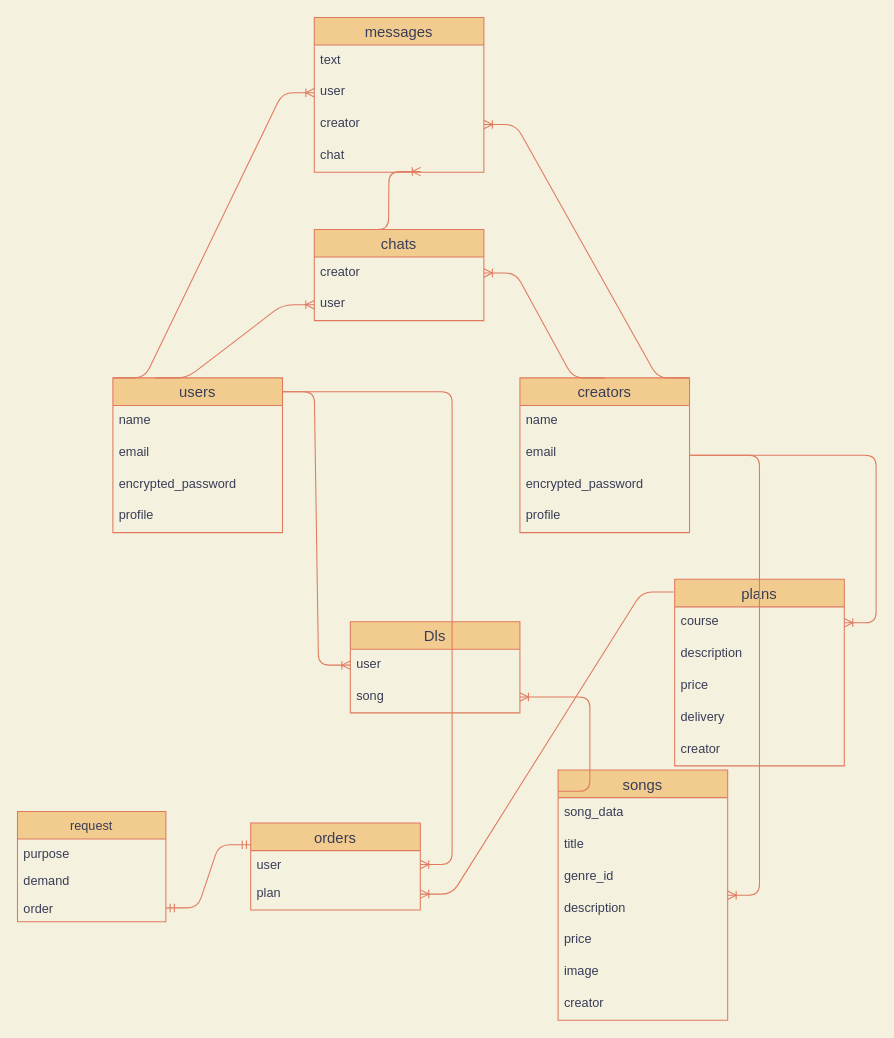
Above: database.dio in koluhei/otolie (draw.io), before the change. Source tidied: cells renumbered, new cells numbered last; positions are measured from the earlier drawing's top-left corner, leaving out a move shared by most shapes. Both pictures are drawn from the tidied source at 106%, with x=0, y=0 at pixel (17, 17).
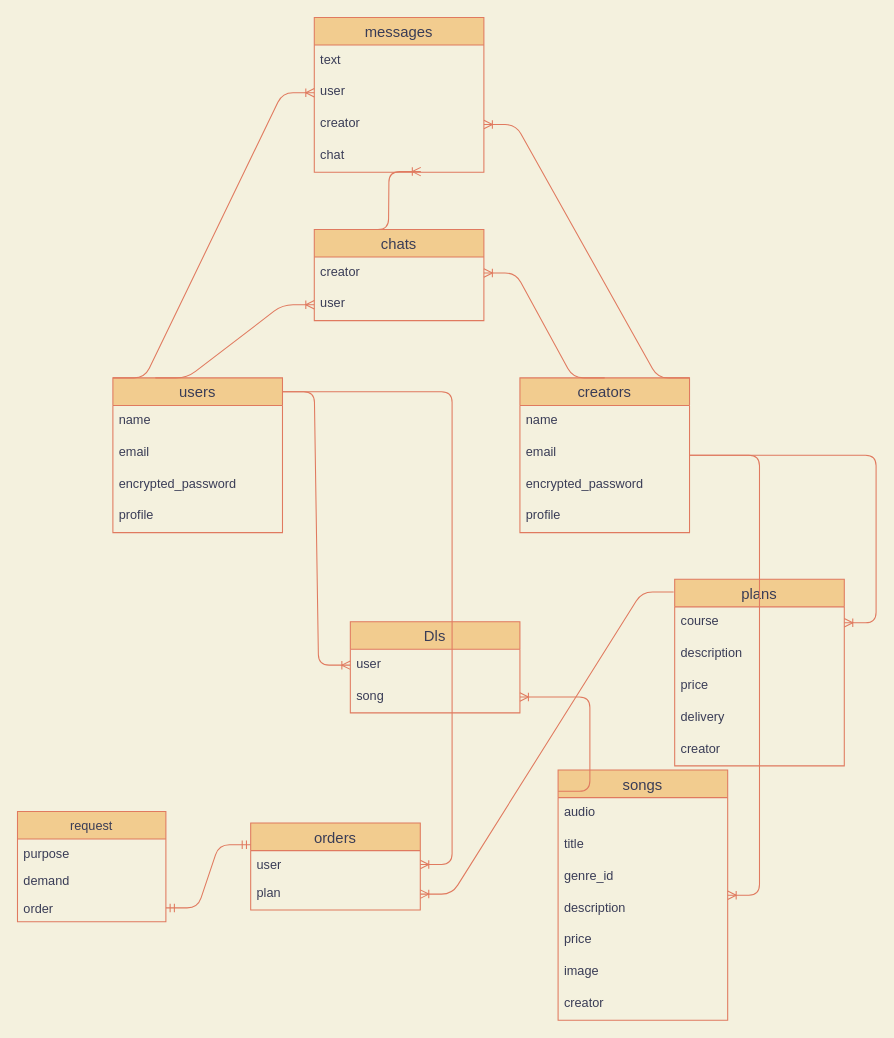
The same diagram, later.

Unchanged cells that the change refers to:
```xml
<mxCell id="12" value="songs" style="swimlane;fontStyle=0;horizontal=1;startSize=26;align=center;fontSize=14;fillColor=#F2CC8F;strokeColor=#E07A5F;fontColor=#393C56;" parent="1" vertex="1">
  <mxGeometry x="510" y="710" width="160" height="236" as="geometry" />
</mxCell>
```

The edit, as a diff of the source:
```diff
@@
-    <mxCell id="13" value="song_data" style="text;strokeColor=none;fillColor=none;spacingLeft=4;spacingRight=4;overflow=hidden;fontSize=12;fontColor=#393C56;" parent="12" vertex="1">
+    <mxCell id="13" value="audio" style="text;strokeColor=none;fillColor=none;spacingLeft=4;spacingRight=4;overflow=hidden;fontSize=12;fontColor=#393C56;" parent="12" vertex="1">
       <mxGeometry y="26" width="160" height="30" as="geometry" />
     </mxCell>
```
